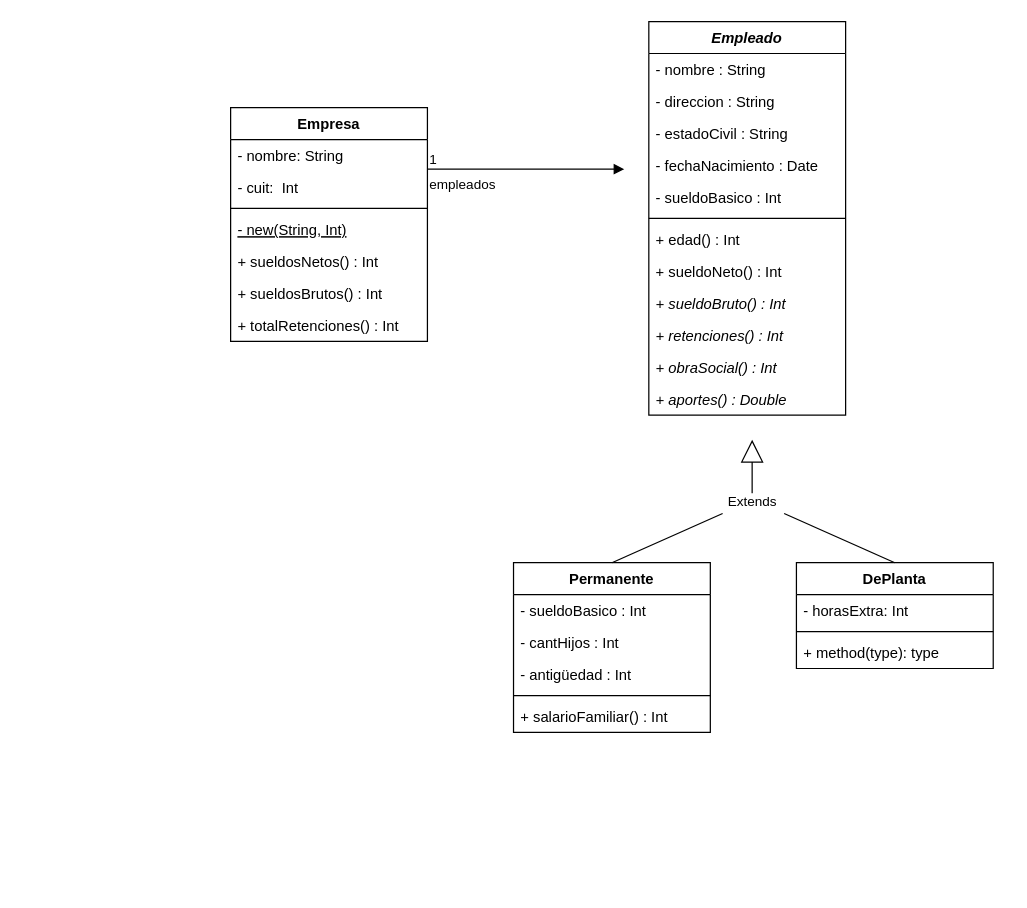
Before: empresa-uml.drawio in Juan-Insa/poo2, a draw.io diagram. Source tidied: cells renumbered, new cells numbered last; positions are measured from the earlier drawing's top-left corner, leaving out a move shared by most shapes. Both pictures are drawn from the tidied source at 123%, with x=0, y=0 at pixel (230, 21).
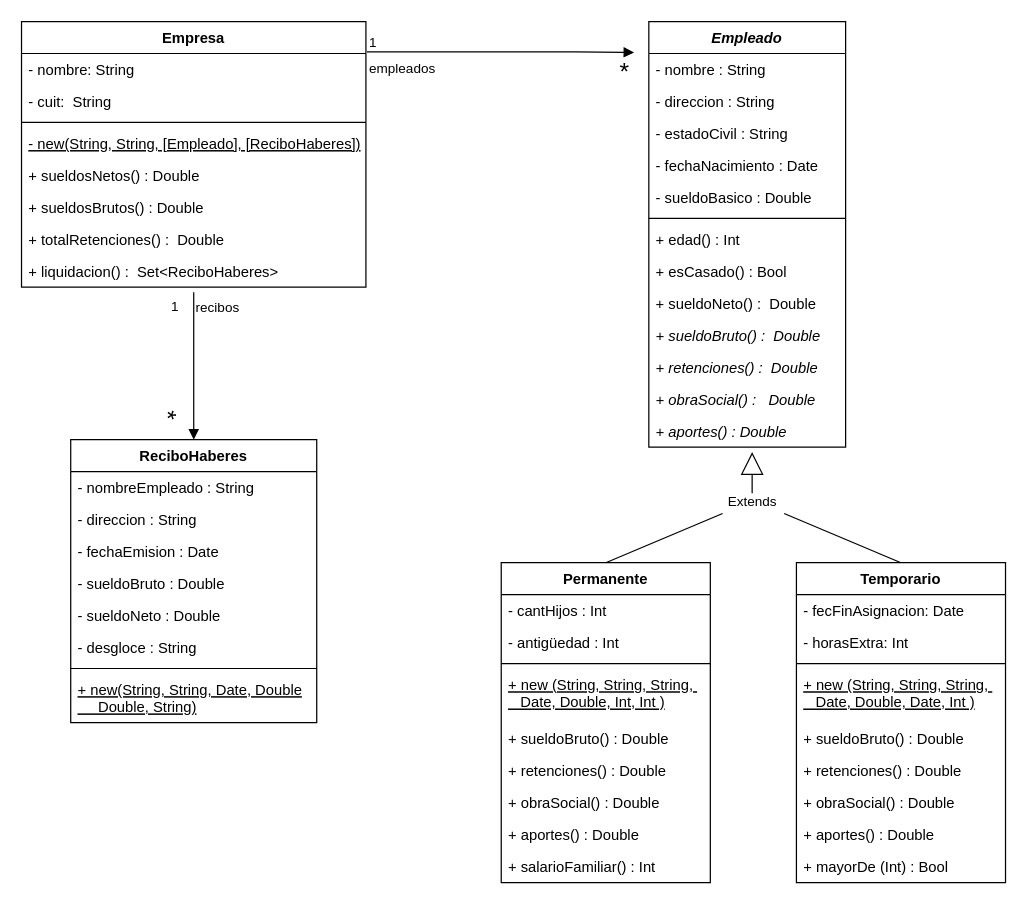
The same page after the edit.

Commit message:
primera parte- sin extender

Diff of the diagram source:
```diff
@@
     <mxCell id="2" value="Empresa" style="swimlane;fontStyle=1;align=center;verticalAlign=top;horizontal=1;startSize=26;" parent="1" vertex="1">
-      <mxGeometry y="70" width="160" height="190" as="geometry" />
+      <mxGeometry x="-170" width="280" height="216" as="geometry" />
     </mxCell>
     <mxCell id="3" value="- nombre: String" style="text;strokeColor=none;fillColor=none;align=left;verticalAlign=top;spacingLeft=4;spacingRight=4;overflow=hidden;" parent="2" vertex="1">
-      <mxGeometry y="26" width="160" height="26" as="geometry" />
+      <mxGeometry y="26" width="280" height="26" as="geometry" />
     </mxCell>
-    <mxCell id="4" value="- cuit:  Int" style="text;strokeColor=none;fillColor=none;align=left;verticalAlign=top;spacingLeft=4;spacingRight=4;overflow=hidden;" parent="2" vertex="1">
-      <mxGeometry y="52" width="160" height="26" as="geometry" />
-    </mxCell>
+    <mxCell id="38" value="- cuit:  String" style="text;strokeColor=none;fillColor=none;align=left;verticalAlign=top;spacingLeft=4;spacingRight=4;overflow=hidden;" parent="2" vertex="1">
+      <mxGeometry y="52" width="280" height="26" as="geometry" />
+    </mxCell>
     <mxCell id="5" style="line;strokeWidth=1;fillColor=none;align=left;verticalAlign=middle;spacingTop=-1;spacingLeft=3;spacingRight=3;labelPosition=right;" parent="2" vertex="1">
-      <mxGeometry y="78" width="160" height="8" as="geometry" />
+      <mxGeometry y="78" width="280" height="8" as="geometry" />
     </mxCell>
-    <mxCell id="6" value="- new(String, Int)" style="text;strokeColor=none;fillColor=none;align=left;verticalAlign=top;spacingLeft=4;spacingRight=4;overflow=hidden;fontStyle=4;" parent="2" vertex="1">
-      <mxGeometry y="86" width="160" height="26" as="geometry" />
+    <mxCell id="6" value="- new(String, String, [Empleado], [ReciboHaberes])" style="text;strokeColor=none;fillColor=none;align=left;verticalAlign=top;spacingLeft=4;spacingRight=4;overflow=hidden;fontStyle=4;" parent="2" vertex="1">
+      <mxGeometry y="86" width="280" height="26" as="geometry" />
     </mxCell>
-    <mxCell id="7" value="+ sueldosNetos() : Int" style="text;strokeColor=none;fillColor=none;align=left;verticalAlign=top;spacingLeft=4;spacingRight=4;overflow=hidden;" parent="2" vertex="1">
-      <mxGeometry y="112" width="160" height="26" as="geometry" />
+    <mxCell id="7" value="+ sueldosNetos() : Double" style="text;strokeColor=none;fillColor=none;align=left;verticalAlign=top;spacingLeft=4;spacingRight=4;overflow=hidden;" parent="2" vertex="1">
+      <mxGeometry y="112" width="280" height="26" as="geometry" />
     </mxCell>
-    <mxCell id="8" value="+ sueldosBrutos() : Int" style="text;strokeColor=none;fillColor=none;align=left;verticalAlign=top;spacingLeft=4;spacingRight=4;overflow=hidden;" parent="2" vertex="1">
-      <mxGeometry y="138" width="160" height="26" as="geometry" />
+    <mxCell id="8" value="+ sueldosBrutos() : Double" style="text;strokeColor=none;fillColor=none;align=left;verticalAlign=top;spacingLeft=4;spacingRight=4;overflow=hidden;" parent="2" vertex="1">
+      <mxGeometry y="138" width="280" height="26" as="geometry" />
     </mxCell>
-    <mxCell id="9" value="+ totalRetenciones() : Int" style="text;strokeColor=none;fillColor=none;align=left;verticalAlign=top;spacingLeft=4;spacingRight=4;overflow=hidden;" parent="2" vertex="1">
-      <mxGeometry y="164" width="160" height="26" as="geometry" />
+    <mxCell id="9" value="+ totalRetenciones() :  Double" style="text;strokeColor=none;fillColor=none;align=left;verticalAlign=top;spacingLeft=4;spacingRight=4;overflow=hidden;" parent="2" vertex="1">
+      <mxGeometry y="164" width="280" height="26" as="geometry" />
     </mxCell>
+    <mxCell id="39" value="+ liquidacion() :  Set&lt;ReciboHaberes&gt;" style="text;strokeColor=none;fillColor=none;align=left;verticalAlign=top;spacingLeft=4;spacingRight=4;overflow=hidden;" parent="2" vertex="1">
+      <mxGeometry y="190" width="280" height="26" as="geometry" />
+    </mxCell>
-    <mxCell id="10" value="empleados" style="endArrow=block;endFill=1;html=1;edgeStyle=orthogonalEdgeStyle;align=left;verticalAlign=top;rounded=0;" parent="1" edge="1">
+    <mxCell id="10" value="empleados" style="endArrow=block;endFill=1;html=1;edgeStyle=orthogonalEdgeStyle;align=left;verticalAlign=top;rounded=0;exitX=1.003;exitY=0.114;exitDx=0;exitDy=0;exitPerimeter=0;entryX=0.903;entryY=-0.244;entryDx=0;entryDy=0;entryPerimeter=0;" parent="1" edge="1" source="2" target="64">
       <mxGeometry x="-1" relative="1" as="geometry">
-        <mxPoint x="160" y="120" as="sourcePoint" />
-        <mxPoint x="320" y="120" as="targetPoint" />
+        <Array as="points">
+          <mxPoint x="280" y="25" />
+          <mxPoint x="280" y="25" />
+        </Array>
       </mxGeometry>
     </mxCell>
@@
     <mxCell id="12" value="Empleado" style="swimlane;fontStyle=3;align=center;verticalAlign=top;horizontal=1;startSize=26;" parent="1" vertex="1">
-      <mxGeometry x="340" width="160" height="320" as="geometry" />
+      <mxGeometry x="340" width="160" height="346" as="geometry" />
     </mxCell>
@@
-    <mxCell id="17" value="- sueldoBasico : Int" style="text;strokeColor=none;fillColor=none;align=left;verticalAlign=top;spacingLeft=4;spacingRight=4;overflow=hidden;" parent="12" vertex="1">
+    <mxCell id="17" value="- sueldoBasico : Double" style="text;strokeColor=none;fillColor=none;align=left;verticalAlign=top;spacingLeft=4;spacingRight=4;overflow=hidden;" parent="12" vertex="1">
       <mxGeometry y="130" width="160" height="26" as="geometry" />
     </mxCell>
@@
+    <mxCell id="40" value="+ esCasado() : Bool" style="text;strokeColor=none;fillColor=none;align=left;verticalAlign=top;spacingLeft=4;spacingRight=4;overflow=hidden;" parent="12" vertex="1">
+      <mxGeometry y="190" width="160" height="26" as="geometry" />
+    </mxCell>
-    <mxCell id="20" value="+ sueldoNeto() : Int" style="text;strokeColor=none;fillColor=none;align=left;verticalAlign=top;spacingLeft=4;spacingRight=4;overflow=hidden;fontStyle=0;" parent="12" vertex="1">
-      <mxGeometry y="190" width="160" height="26" as="geometry" />
+    <mxCell id="20" value="+ sueldoNeto() :  Double" style="text;strokeColor=none;fillColor=none;align=left;verticalAlign=top;spacingLeft=4;spacingRight=4;overflow=hidden;fontStyle=0;" parent="12" vertex="1">
+      <mxGeometry y="216" width="160" height="26" as="geometry" />
     </mxCell>
-    <mxCell id="21" value="+ sueldoBruto() : Int" style="text;strokeColor=none;fillColor=none;align=left;verticalAlign=top;spacingLeft=4;spacingRight=4;overflow=hidden;fontStyle=2;" parent="12" vertex="1">
-      <mxGeometry y="216" width="160" height="26" as="geometry" />
+    <mxCell id="21" value="+ sueldoBruto() :  Double" style="text;strokeColor=none;fillColor=none;align=left;verticalAlign=top;spacingLeft=4;spacingRight=4;overflow=hidden;fontStyle=2;" parent="12" vertex="1">
+      <mxGeometry y="242" width="160" height="26" as="geometry" />
     </mxCell>
-    <mxCell id="22" value="+ retenciones() : Int" style="text;strokeColor=none;fillColor=none;align=left;verticalAlign=top;spacingLeft=4;spacingRight=4;overflow=hidden;fontStyle=2;" parent="12" vertex="1">
-      <mxGeometry y="242" width="160" height="26" as="geometry" />
+    <mxCell id="22" value="+ retenciones() :  Double" style="text;strokeColor=none;fillColor=none;align=left;verticalAlign=top;spacingLeft=4;spacingRight=4;overflow=hidden;fontStyle=2;" parent="12" vertex="1">
+      <mxGeometry y="268" width="160" height="26" as="geometry" />
     </mxCell>
-    <mxCell id="23" value="+ obraSocial() : Int" style="text;strokeColor=none;fillColor=none;align=left;verticalAlign=top;spacingLeft=4;spacingRight=4;overflow=hidden;fontStyle=2;" parent="12" vertex="1">
-      <mxGeometry y="268" width="160" height="26" as="geometry" />
+    <mxCell id="23" value="+ obraSocial() :   Double" style="text;strokeColor=none;fillColor=none;align=left;verticalAlign=top;spacingLeft=4;spacingRight=4;overflow=hidden;fontStyle=2;" parent="12" vertex="1">
+      <mxGeometry y="294" width="160" height="26" as="geometry" />
     </mxCell>
     <mxCell id="24" value="+ aportes() : Double" style="text;strokeColor=none;fillColor=none;align=left;verticalAlign=top;spacingLeft=4;spacingRight=4;overflow=hidden;fontStyle=2;" parent="12" vertex="1">
-      <mxGeometry y="294" width="160" height="26" as="geometry" />
+      <mxGeometry y="320" width="160" height="26" as="geometry" />
     </mxCell>
     <mxCell id="25" value="Extends" style="endArrow=block;endSize=16;endFill=0;html=1;rounded=0;" parent="1" edge="1">
       <mxGeometry x="-1" relative="1" as="geometry">
         <mxPoint x="424" y="390" as="sourcePoint" />
-        <mxPoint x="424" y="340" as="targetPoint" />
+        <mxPoint x="424" y="350" as="targetPoint" />
       </mxGeometry>
     </mxCell>
     <mxCell id="26" value="Permanente" style="swimlane;fontStyle=1;align=center;verticalAlign=top;horizontal=1;startSize=26;" parent="1" vertex="1">
-      <mxGeometry x="230" y="440" width="160" height="138" as="geometry" />
+      <mxGeometry x="220" y="440" width="170" height="260" as="geometry" />
     </mxCell>
-    <mxCell id="27" value="- sueldoBasico : Int" style="text;strokeColor=none;fillColor=none;align=left;verticalAlign=top;spacingLeft=4;spacingRight=4;overflow=hidden;" parent="26" vertex="1">
-      <mxGeometry y="26" width="160" height="26" as="geometry" />
-    </mxCell>
     <mxCell id="28" value="- cantHijos : Int" style="text;strokeColor=none;fillColor=none;align=left;verticalAlign=top;spacingLeft=4;spacingRight=4;overflow=hidden;" parent="26" vertex="1">
-      <mxGeometry y="52" width="160" height="26" as="geometry" />
+      <mxGeometry y="26" width="170" height="26" as="geometry" />
     </mxCell>
     <mxCell id="29" value="- antigüedad : Int" style="text;strokeColor=none;fillColor=none;align=left;verticalAlign=top;spacingLeft=4;spacingRight=4;overflow=hidden;" parent="26" vertex="1">
-      <mxGeometry y="78" width="160" height="26" as="geometry" />
+      <mxGeometry y="52" width="170" height="26" as="geometry" />
     </mxCell>
     <mxCell id="30" style="line;strokeWidth=1;fillColor=none;align=left;verticalAlign=middle;spacingTop=-1;spacingLeft=3;spacingRight=3;labelPosition=right;" parent="26" vertex="1">
-      <mxGeometry y="104" width="160" height="8" as="geometry" />
+      <mxGeometry y="78" width="170" height="8" as="geometry" />
     </mxCell>
+    <mxCell id="41" value="+ new (String, String, String, &#10;   Date, Double, Int, Int )" style="text;strokeColor=none;fillColor=none;align=left;verticalAlign=top;spacingLeft=4;spacingRight=4;overflow=hidden;fontStyle=4;" parent="26" vertex="1">
+      <mxGeometry y="86" width="170" height="44" as="geometry" />
+    </mxCell>
+    <mxCell id="42" value="+ sueldoBruto() : Double" style="text;strokeColor=none;fillColor=none;align=left;verticalAlign=top;spacingLeft=4;spacingRight=4;overflow=hidden;" parent="26" vertex="1">
+      <mxGeometry y="130" width="170" height="26" as="geometry" />
+    </mxCell>
-    <mxCell id="31" value="+ salarioFamiliar() : Int" style="text;strokeColor=none;fillColor=none;align=left;verticalAlign=top;spacingLeft=4;spacingRight=4;overflow=hidden;" parent="26" vertex="1">
-      <mxGeometry y="112" width="160" height="26" as="geometry" />
+    <mxCell id="31" value="+ retenciones() : Double" style="text;strokeColor=none;fillColor=none;align=left;verticalAlign=top;spacingLeft=4;spacingRight=4;overflow=hidden;" parent="26" vertex="1">
+      <mxGeometry y="156" width="170" height="26" as="geometry" />
     </mxCell>
+    <mxCell id="43" value="+ obraSocial() : Double" style="text;strokeColor=none;fillColor=none;align=left;verticalAlign=top;spacingLeft=4;spacingRight=4;overflow=hidden;" parent="26" vertex="1">
+      <mxGeometry y="182" width="170" height="26" as="geometry" />
+    </mxCell>
+    <mxCell id="44" value="+ aportes() : Double" style="text;strokeColor=none;fillColor=none;align=left;verticalAlign=top;spacingLeft=4;spacingRight=4;overflow=hidden;" parent="26" vertex="1">
+      <mxGeometry y="208" width="170" height="26" as="geometry" />
+    </mxCell>
+    <mxCell id="45" value="+ salarioFamiliar() : Int" style="text;strokeColor=none;fillColor=none;align=left;verticalAlign=top;spacingLeft=4;spacingRight=4;overflow=hidden;" parent="26" vertex="1">
+      <mxGeometry y="234" width="170" height="26" as="geometry" />
+    </mxCell>
-    <mxCell id="32" value="DePlanta" style="swimlane;fontStyle=1;align=center;verticalAlign=top;horizontal=1;startSize=26;" parent="1" vertex="1">
-      <mxGeometry x="460" y="440" width="160" height="86" as="geometry" />
+    <mxCell id="32" value="Temporario" style="swimlane;fontStyle=1;align=center;verticalAlign=top;horizontal=1;startSize=26;" parent="1" vertex="1">
+      <mxGeometry x="460" y="440" width="170" height="260" as="geometry" />
     </mxCell>
+    <mxCell id="46" value="- fecFinAsignacion: Date" style="text;strokeColor=none;fillColor=none;align=left;verticalAlign=top;spacingLeft=4;spacingRight=4;overflow=hidden;" parent="32" vertex="1">
+      <mxGeometry y="26" width="170" height="26" as="geometry" />
+    </mxCell>
     <mxCell id="33" value="- horasExtra: Int" style="text;strokeColor=none;fillColor=none;align=left;verticalAlign=top;spacingLeft=4;spacingRight=4;overflow=hidden;" parent="32" vertex="1">
-      <mxGeometry y="26" width="160" height="26" as="geometry" />
+      <mxGeometry y="52" width="170" height="26" as="geometry" />
     </mxCell>
     <mxCell id="34" style="line;strokeWidth=1;fillColor=none;align=left;verticalAlign=middle;spacingTop=-1;spacingLeft=3;spacingRight=3;labelPosition=right;" parent="32" vertex="1">
-      <mxGeometry y="52" width="160" height="8" as="geometry" />
+      <mxGeometry y="78" width="170" height="8" as="geometry" />
     </mxCell>
-    <mxCell id="35" value="+ method(type): type" style="text;strokeColor=none;fillColor=none;align=left;verticalAlign=top;spacingLeft=4;spacingRight=4;overflow=hidden;" parent="32" vertex="1">
-      <mxGeometry y="60" width="160" height="26" as="geometry" />
-    </mxCell>
+    <mxCell id="47" value="+ new (String, String, String, &#10;   Date, Double, Date, Int )" style="text;strokeColor=none;fillColor=none;align=left;verticalAlign=top;spacingLeft=4;spacingRight=4;overflow=hidden;fontStyle=4;" parent="32" vertex="1">
+      <mxGeometry y="86" width="170" height="44" as="geometry" />
+    </mxCell>
+    <mxCell id="48" value="+ sueldoBruto() : Double" style="text;strokeColor=none;fillColor=none;align=left;verticalAlign=top;spacingLeft=4;spacingRight=4;overflow=hidden;" parent="32" vertex="1">
+      <mxGeometry y="130" width="170" height="26" as="geometry" />
+    </mxCell>
+    <mxCell id="49" value="+ retenciones() : Double" style="text;strokeColor=none;fillColor=none;align=left;verticalAlign=top;spacingLeft=4;spacingRight=4;overflow=hidden;" parent="32" vertex="1">
+      <mxGeometry y="156" width="170" height="26" as="geometry" />
+    </mxCell>
+    <mxCell id="50" value="+ obraSocial() : Double" style="text;strokeColor=none;fillColor=none;align=left;verticalAlign=top;spacingLeft=4;spacingRight=4;overflow=hidden;" parent="32" vertex="1">
+      <mxGeometry y="182" width="170" height="26" as="geometry" />
+    </mxCell>
+    <mxCell id="51" value="+ aportes() : Double" style="text;strokeColor=none;fillColor=none;align=left;verticalAlign=top;spacingLeft=4;spacingRight=4;overflow=hidden;" parent="32" vertex="1">
+      <mxGeometry y="208" width="170" height="26" as="geometry" />
+    </mxCell>
+    <mxCell id="52" value="+ mayorDe (Int) : Bool" style="text;strokeColor=none;fillColor=none;align=left;verticalAlign=top;spacingLeft=4;spacingRight=4;overflow=hidden;" parent="32" vertex="1">
+      <mxGeometry y="234" width="170" height="26" as="geometry" />
+    </mxCell>
@@
+    <mxCell id="53" value="ReciboHaberes" style="swimlane;fontStyle=1;align=center;verticalAlign=top;horizontal=1;startSize=26;" parent="1" vertex="1">
+      <mxGeometry x="-130" y="340" width="200" height="230" as="geometry" />
+    </mxCell>
+    <mxCell id="54" value="- nombreEmpleado : String" style="text;strokeColor=none;fillColor=none;align=left;verticalAlign=top;spacingLeft=4;spacingRight=4;overflow=hidden;" parent="53" vertex="1">
+      <mxGeometry y="26" width="200" height="26" as="geometry" />
+    </mxCell>
+    <mxCell id="55" value="- direccion : String" style="text;strokeColor=none;fillColor=none;align=left;verticalAlign=top;spacingLeft=4;spacingRight=4;overflow=hidden;" parent="53" vertex="1">
+      <mxGeometry y="52" width="200" height="26" as="geometry" />
+    </mxCell>
+    <mxCell id="56" value="- fechaEmision : Date" style="text;strokeColor=none;fillColor=none;align=left;verticalAlign=top;spacingLeft=4;spacingRight=4;overflow=hidden;" parent="53" vertex="1">
+      <mxGeometry y="78" width="200" height="26" as="geometry" />
+    </mxCell>
+    <mxCell id="57" value="- sueldoBruto : Double" style="text;strokeColor=none;fillColor=none;align=left;verticalAlign=top;spacingLeft=4;spacingRight=4;overflow=hidden;" parent="53" vertex="1">
+      <mxGeometry y="104" width="200" height="26" as="geometry" />
+    </mxCell>
+    <mxCell id="58" value="- sueldoNeto : Double" style="text;strokeColor=none;fillColor=none;align=left;verticalAlign=top;spacingLeft=4;spacingRight=4;overflow=hidden;" parent="53" vertex="1">
+      <mxGeometry y="130" width="200" height="26" as="geometry" />
+    </mxCell>
+    <mxCell id="59" value="- desgloce : String" style="text;strokeColor=none;fillColor=none;align=left;verticalAlign=top;spacingLeft=4;spacingRight=4;overflow=hidden;" parent="53" vertex="1">
+      <mxGeometry y="156" width="200" height="26" as="geometry" />
+    </mxCell>
+    <mxCell id="60" style="line;strokeWidth=1;fillColor=none;align=left;verticalAlign=middle;spacingTop=-1;spacingLeft=3;spacingRight=3;labelPosition=right;" parent="53" vertex="1">
+      <mxGeometry y="182" width="200" height="8" as="geometry" />
+    </mxCell>
+    <mxCell id="61" value="+ new(String, String, Date, Double&#10;     Double, String)" style="text;strokeColor=none;fillColor=none;align=left;verticalAlign=top;spacingLeft=4;spacingRight=4;overflow=hidden;fontStyle=4;" parent="53" vertex="1">
+      <mxGeometry y="190" width="200" height="40" as="geometry" />
+    </mxCell>
+    <mxCell id="62" value="recibos" style="endArrow=block;endFill=1;html=1;edgeStyle=orthogonalEdgeStyle;align=left;verticalAlign=top;rounded=0;entryX=0.5;entryY=0;entryDx=0;entryDy=0;" parent="1" edge="1" target="53">
+      <mxGeometry x="-1" relative="1" as="geometry">
+        <mxPoint x="-30" y="220" as="sourcePoint" />
+        <Array as="points">
+          <mxPoint x="-30" y="220" />
+        </Array>
+      </mxGeometry>
+    </mxCell>
+    <mxCell id="63" value="1" style="edgeLabel;html=1;align=left;verticalAlign=bottom;" parent="62" vertex="1">
+      <mxGeometry x="-1" relative="1" as="geometry">
+        <mxPoint x="-20" y="20" as="offset" />
+      </mxGeometry>
+    </mxCell>
+    <mxCell id="64" value="&lt;font style=&quot;font-size: 20px&quot;&gt;*&lt;/font&gt;" style="text;html=1;align=center;verticalAlign=middle;points=[];strokeColor=none;fillColor=none;" parent="1" vertex="1">
+      <mxGeometry x="310" y="30" width="20" height="20" as="geometry" />
+    </mxCell>
+    <mxCell id="65" value="&lt;font style=&quot;font-size: 20px&quot;&gt;*&lt;/font&gt;" style="text;html=1;align=center;verticalAlign=middle;strokeColor=none;fillColor=none;rotation=90;" parent="1" vertex="1">
+      <mxGeometry x="-60" y="310" width="20" height="20" as="geometry" />
+    </mxCell>
```
